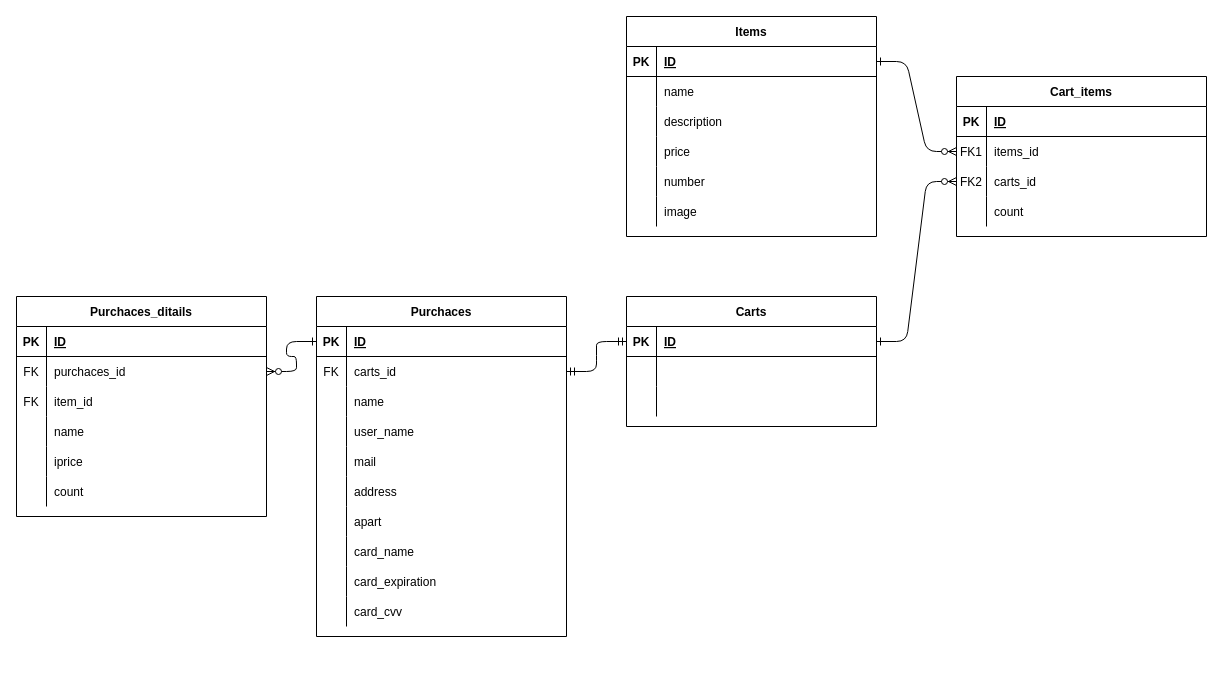
Above: ECサイトER.drawio in hie3-336/rails_ec (draw.io), before the change. Source tidied: cells renumbered, new cells numbered last; positions are measured from the earlier drawing's top-left corner, leaving out a move shared by most shapes. Both pictures are drawn from the tidied source at 100%, with x=0, y=0 at pixel (16, 16).
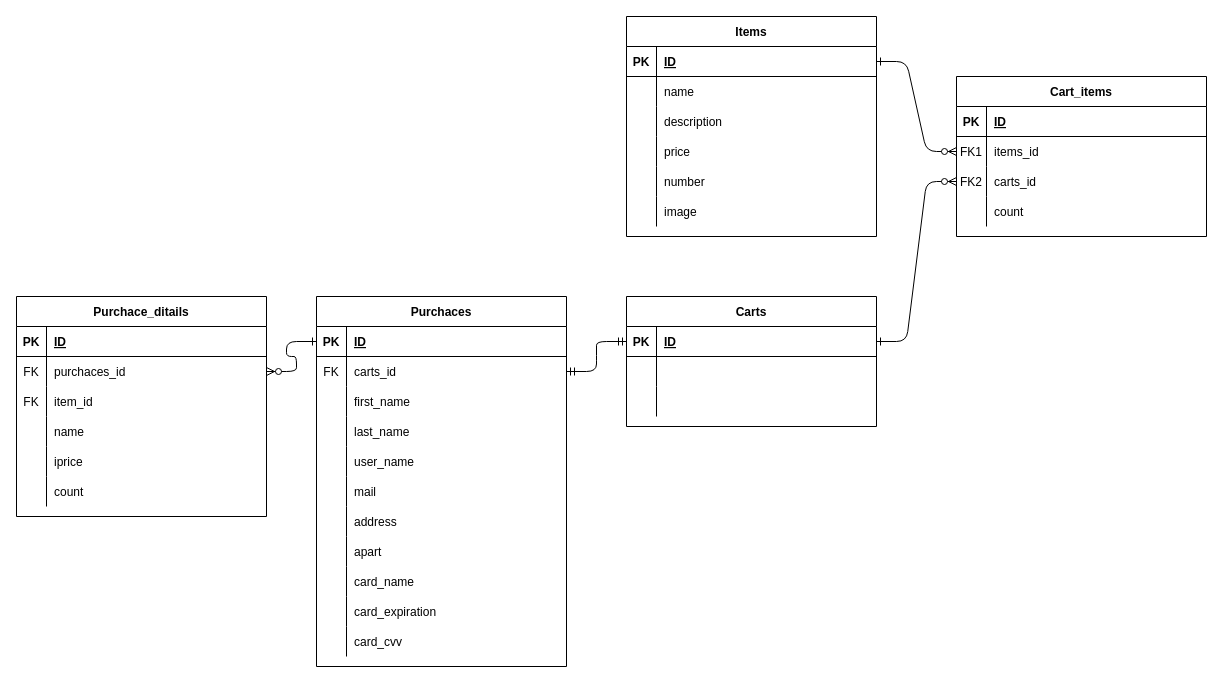
The same diagram, later.

The change refers to these unchanged cells:
```xml
<mxCell id="53" style="shape=partialRectangle;fillColor=none;top=0;left=0;right=0;bottom=0;" parent="46" vertex="1">
  <mxGeometry y="90" width="250" height="30" as="geometry" />
</mxCell>
```

Diff of the diagram source:
```diff
@@
     <mxCell id="46" value="Purchaces" style="shape=table;startSize=30;childLayout=tableLayout;rowLines=0;fontStyle=1;align=center;" parent="1" vertex="1">
-      <mxGeometry x="300" y="280" width="250" height="340" as="geometry" />
+      <mxGeometry x="300" y="280" width="250" height="370" as="geometry" />
     </mxCell>
@@
-    <mxCell id="55" value="name" style="shape=partialRectangle;overflow=hidden;fillColor=none;top=0;left=0;bottom=0;right=0;align=left;spacingLeft=6;" parent="53" vertex="1">
+    <mxCell id="55" value="first_name" style="shape=partialRectangle;overflow=hidden;fillColor=none;top=0;left=0;bottom=0;right=0;align=left;spacingLeft=6;" parent="53" vertex="1">
       <mxGeometry x="30" width="220" height="30" as="geometry" />
     </mxCell>
+    <mxCell id="98" style="shape=partialRectangle;fillColor=none;top=0;left=0;right=0;bottom=0;" parent="46" vertex="1">
+      <mxGeometry y="120" width="250" height="30" as="geometry" />
+    </mxCell>
+    <mxCell id="99" style="shape=partialRectangle;overflow=hidden;fillColor=none;top=0;left=0;bottom=0;right=0;" parent="98" vertex="1">
+      <mxGeometry width="30" height="30" as="geometry" />
+    </mxCell>
+    <mxCell id="100" value="last_name" style="shape=partialRectangle;overflow=hidden;fillColor=none;top=0;left=0;bottom=0;right=0;align=left;spacingLeft=6;" parent="98" vertex="1">
+      <mxGeometry x="30" width="220" height="30" as="geometry" />
+    </mxCell>
     <mxCell id="56" style="shape=partialRectangle;fillColor=none;top=0;left=0;right=0;bottom=0;" parent="46" vertex="1">
-      <mxGeometry y="120" width="250" height="30" as="geometry" />
+      <mxGeometry y="150" width="250" height="30" as="geometry" />
     </mxCell>
@@
     <mxCell id="59" style="shape=partialRectangle;fillColor=none;top=0;left=0;right=0;bottom=0;" parent="46" vertex="1">
-      <mxGeometry y="150" width="250" height="30" as="geometry" />
+      <mxGeometry y="180" width="250" height="30" as="geometry" />
     </mxCell>
@@
     <mxCell id="62" style="shape=partialRectangle;fillColor=none;top=0;left=0;right=0;bottom=0;" parent="46" vertex="1">
-      <mxGeometry y="180" width="250" height="30" as="geometry" />
+      <mxGeometry y="210" width="250" height="30" as="geometry" />
     </mxCell>
@@
     <mxCell id="65" style="shape=partialRectangle;fillColor=none;top=0;left=0;right=0;bottom=0;" parent="46" vertex="1">
-      <mxGeometry y="210" width="250" height="30" as="geometry" />
+      <mxGeometry y="240" width="250" height="30" as="geometry" />
     </mxCell>
@@
     <mxCell id="68" style="shape=partialRectangle;fillColor=none;top=0;left=0;right=0;bottom=0;" parent="46" vertex="1">
-      <mxGeometry y="240" width="250" height="30" as="geometry" />
+      <mxGeometry y="270" width="250" height="30" as="geometry" />
     </mxCell>
@@
     <mxCell id="71" style="shape=partialRectangle;fillColor=none;top=0;left=0;right=0;bottom=0;" parent="46" vertex="1">
-      <mxGeometry y="270" width="250" height="30" as="geometry" />
+      <mxGeometry y="300" width="250" height="30" as="geometry" />
     </mxCell>
@@
     <mxCell id="74" style="shape=partialRectangle;fillColor=none;top=0;left=0;right=0;bottom=0;" parent="46" vertex="1">
-      <mxGeometry y="300" width="250" height="30" as="geometry" />
+      <mxGeometry y="330" width="250" height="30" as="geometry" />
     </mxCell>
@@
-    <mxCell id="78" value="Purchaces_ditails" style="shape=table;startSize=30;childLayout=tableLayout;rowLines=0;fontStyle=1;align=center;" parent="1" vertex="1">
+    <mxCell id="78" value="Purchace_ditails" style="shape=table;startSize=30;childLayout=tableLayout;rowLines=0;fontStyle=1;align=center;" parent="1" vertex="1">
       <mxGeometry y="280" width="250" height="220" as="geometry" />
     </mxCell>
```
